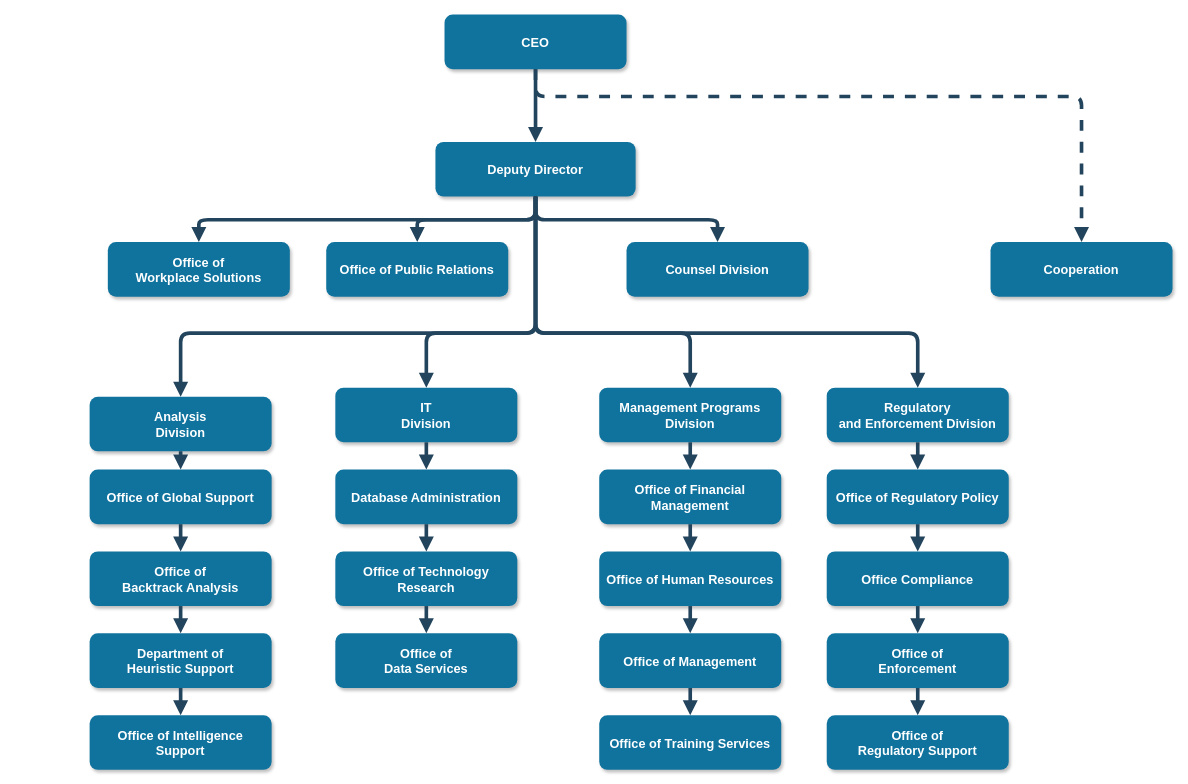
zsj0613/wpf2 keeps this draw.io diagram as Untitled Diagram.drawio. Above is the earlier version. Source tidied: cells renumbered, new cells numbered last; positions are measured from the earlier drawing's top-left corner, leaving out a move shared by most shapes. Both pictures are drawn from the tidied source at 91%, with x=0, y=0 at pixel (89, 15).
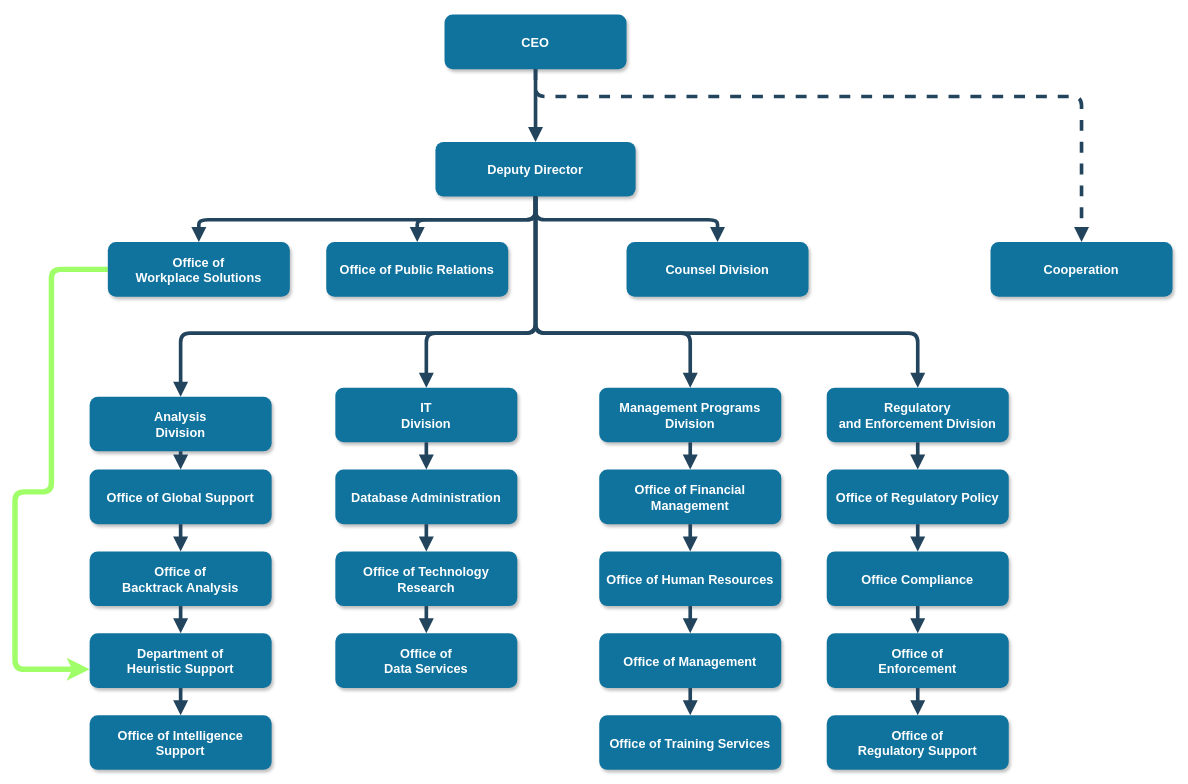
After the change.

Unchanged cells that the change refers to:
```xml
<mxCell id="4" value="Office of &#10;Workplace Solutions" style="rounded=1;fillColor=#10739E;strokeColor=none;shadow=1;gradientColor=none;fontStyle=1;fontColor=#FFFFFF;fontSize=14;" parent="1" vertex="1">
  <mxGeometry x="20" y="249.5" width="200" height="60" as="geometry" />
</mxCell>
<mxCell id="11" value="Department of &#10;Heuristic Support" style="rounded=1;fillColor=#10739E;strokeColor=none;shadow=1;gradientColor=none;fontStyle=1;fontColor=#FFFFFF;fontSize=14;" parent="1" vertex="1">
  <mxGeometry y="679.5" width="200" height="60" as="geometry" />
</mxCell>
```

Change to the diagram source:
```diff
@@
+    <mxCell id="51" style="edgeStyle=orthogonalEdgeStyle;jettySize=auto;html=1;entryX=0;entryY=0.658;entryDx=0;entryDy=0;entryPerimeter=0;fillColor=#fff2cc;rounded=1;strokeWidth=6;strokeColor=#A0FF69;" parent="1" edge="1" source="4" target="11">
+      <mxGeometry relative="1" as="geometry">
+        <Array as="points">
+          <mxPoint x="-42" y="280" />
+          <mxPoint x="-42" y="524" />
+          <mxPoint x="-82" y="524" />
+          <mxPoint x="-82" y="719" />
+        </Array>
+      </mxGeometry>
+    </mxCell>
```
